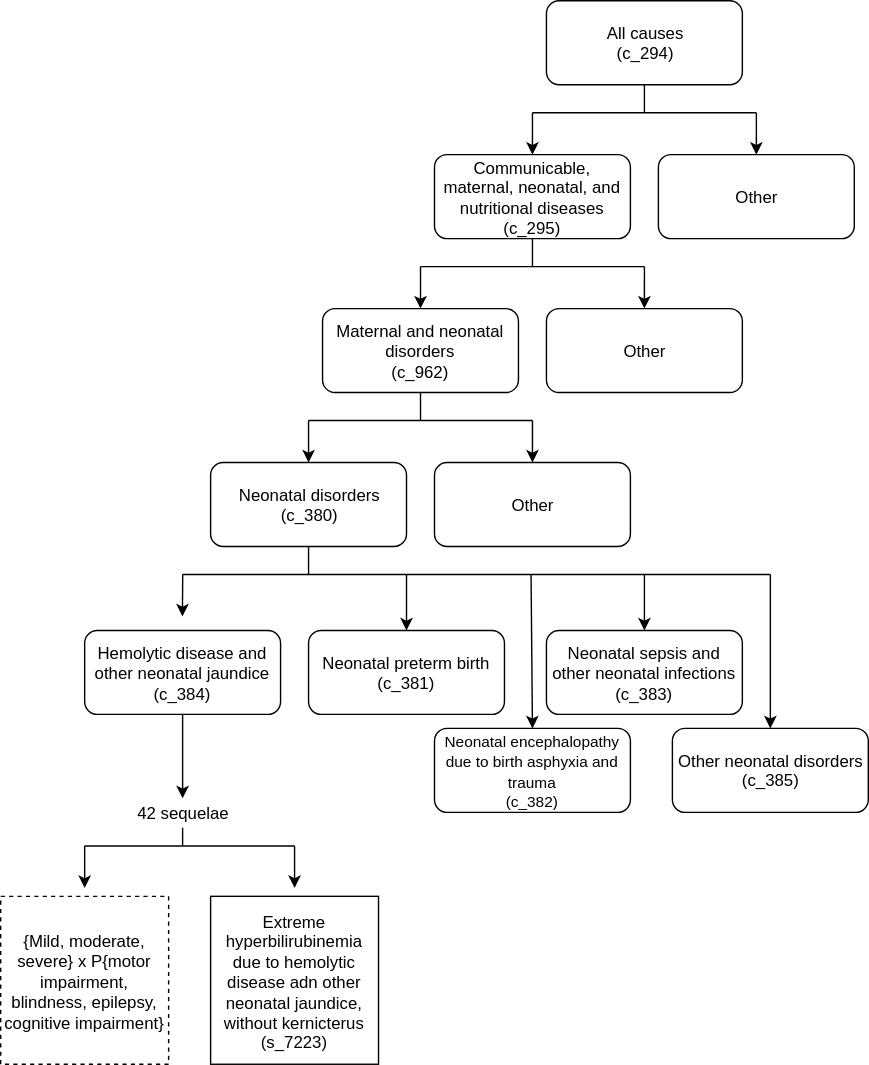
This is docs/source/models/gbd2017/causes/neonatal_jaundice/jaundice_cause_hierarchy.svg from ihmeuw/vivarium_research, a draw.io export, as it was before one commit. Source tidied: cells renumbered, new cells last; positions are measured from the earlier drawing's top-left corner, leaving out a move shared by most shapes. Its diagram source:
```xml
<mxGraphModel>
  <root>
    <mxCell id="0" />
    <mxCell id="1" parent="0" />
    <mxCell id="2" value="Communicable, maternal, neonatal, and nutritional diseases&lt;br&gt;(c_295)&lt;br&gt;" style="rounded=1;whiteSpace=wrap;html=1;" parent="1" vertex="1">
      <mxGeometry x="310" y="110" width="140" height="60" as="geometry" />
    </mxCell>
    <mxCell id="3" value="All causes&lt;br&gt;(c_294)" style="rounded=1;whiteSpace=wrap;html=1;" parent="1" vertex="1">
      <mxGeometry x="390" width="140" height="60" as="geometry" />
    </mxCell>
    <mxCell id="4" value="Other" style="rounded=1;whiteSpace=wrap;html=1;" parent="1" vertex="1">
      <mxGeometry x="470" y="110" width="140" height="60" as="geometry" />
    </mxCell>
    <mxCell id="5" style="endArrow=none;html=1;entryX=0.5;entryY=1;entryDx=0;entryDy=0;" parent="1" edge="1" target="3">
      <mxGeometry relative="1" as="geometry">
        <mxPoint x="460" y="80" as="sourcePoint" />
      </mxGeometry>
    </mxCell>
    <mxCell id="6" style="endArrow=none;html=1;" parent="1" edge="1">
      <mxGeometry relative="1" as="geometry">
        <mxPoint x="380" y="80" as="sourcePoint" />
        <mxPoint x="540" y="80" as="targetPoint" />
      </mxGeometry>
    </mxCell>
    <mxCell id="7" style="endArrow=classic;html=1;entryX=0.5;entryY=0;entryDx=0;entryDy=0;" parent="1" edge="1" target="4">
      <mxGeometry relative="1" as="geometry">
        <mxPoint x="540" y="80" as="sourcePoint" />
      </mxGeometry>
    </mxCell>
    <mxCell id="8" style="endArrow=none;html=1;" parent="1" edge="1">
      <mxGeometry relative="1" as="geometry">
        <mxPoint x="60" y="604" as="sourcePoint" />
        <mxPoint x="210" y="604" as="targetPoint" />
      </mxGeometry>
    </mxCell>
    <mxCell id="9" style="endArrow=classic;html=1;" parent="1" edge="1">
      <mxGeometry relative="1" as="geometry">
        <mxPoint x="60" y="604" as="sourcePoint" />
        <mxPoint x="60" y="634" as="targetPoint" />
      </mxGeometry>
    </mxCell>
    <mxCell id="10" style="endArrow=classic;html=1;" parent="1" edge="1">
      <mxGeometry relative="1" as="geometry">
        <mxPoint x="210" y="604" as="sourcePoint" />
        <mxPoint x="210" y="634" as="targetPoint" />
      </mxGeometry>
    </mxCell>
    <mxCell id="11" style="endArrow=classic;html=1;entryX=0.5;entryY=0;entryDx=0;entryDy=0;" parent="1" edge="1" target="2">
      <mxGeometry relative="1" as="geometry">
        <mxPoint x="380" y="80" as="sourcePoint" />
      </mxGeometry>
    </mxCell>
    <mxCell id="12" style="endArrow=none;html=1;entryX=0.5;entryY=1;entryDx=0;entryDy=0;" parent="1" edge="1">
      <mxGeometry relative="1" as="geometry">
        <mxPoint x="380" y="190" as="sourcePoint" />
        <mxPoint x="380" y="170" as="targetPoint" />
      </mxGeometry>
    </mxCell>
    <mxCell id="13" style="endArrow=none;html=1;" parent="1" edge="1">
      <mxGeometry relative="1" as="geometry">
        <mxPoint x="300" y="190" as="sourcePoint" />
        <mxPoint x="460" y="190" as="targetPoint" />
      </mxGeometry>
    </mxCell>
    <mxCell id="14" style="endArrow=classic;html=1;entryX=0.5;entryY=0;entryDx=0;entryDy=0;" parent="1" edge="1">
      <mxGeometry relative="1" as="geometry">
        <mxPoint x="300" y="190" as="sourcePoint" />
        <mxPoint x="300" y="220" as="targetPoint" />
      </mxGeometry>
    </mxCell>
    <mxCell id="15" value="Other" style="rounded=1;whiteSpace=wrap;html=1;" parent="1" vertex="1">
      <mxGeometry x="390" y="220" width="140" height="60" as="geometry" />
    </mxCell>
    <mxCell id="16" style="endArrow=classic;html=1;entryX=0.5;entryY=0;entryDx=0;entryDy=0;" parent="1" edge="1" target="15">
      <mxGeometry relative="1" as="geometry">
        <mxPoint x="460" y="190" as="sourcePoint" />
      </mxGeometry>
    </mxCell>
    <mxCell id="17" value="Maternal and neonatal disorders&lt;br&gt;(c_962)" style="rounded=1;whiteSpace=wrap;html=1;" parent="1" vertex="1">
      <mxGeometry x="230" y="220" width="140" height="60" as="geometry" />
    </mxCell>
    <mxCell id="18" style="endArrow=none;html=1;entryX=0.5;entryY=1;entryDx=0;entryDy=0;" parent="1" edge="1">
      <mxGeometry relative="1" as="geometry">
        <mxPoint x="300" y="300" as="sourcePoint" />
        <mxPoint x="300" y="280" as="targetPoint" />
      </mxGeometry>
    </mxCell>
    <mxCell id="19" style="endArrow=none;html=1;" parent="1" edge="1">
      <mxGeometry relative="1" as="geometry">
        <mxPoint x="220" y="300" as="sourcePoint" />
        <mxPoint x="380" y="300" as="targetPoint" />
      </mxGeometry>
    </mxCell>
    <mxCell id="20" style="endArrow=classic;html=1;entryX=0.5;entryY=0;entryDx=0;entryDy=0;" parent="1" edge="1" target="22">
      <mxGeometry relative="1" as="geometry">
        <mxPoint x="380" y="300" as="sourcePoint" />
      </mxGeometry>
    </mxCell>
    <mxCell id="21" style="endArrow=classic;html=1;entryX=0.5;entryY=0;entryDx=0;entryDy=0;" parent="1" edge="1">
      <mxGeometry relative="1" as="geometry">
        <mxPoint x="220" y="300" as="sourcePoint" />
        <mxPoint x="220" y="330" as="targetPoint" />
      </mxGeometry>
    </mxCell>
    <mxCell id="22" value="Other" style="rounded=1;whiteSpace=wrap;html=1;" parent="1" vertex="1">
      <mxGeometry x="310" y="330" width="140" height="60" as="geometry" />
    </mxCell>
    <mxCell id="23" value="Neonatal disorders&lt;br&gt;(c_380)" style="rounded=1;whiteSpace=wrap;html=1;" parent="1" vertex="1">
      <mxGeometry x="150" y="330" width="140" height="60" as="geometry" />
    </mxCell>
    <mxCell id="24" style="endArrow=classic;html=1;exitX=0.5;exitY=1;exitDx=0;exitDy=0;" parent="1" edge="1" source="32" target="25">
      <mxGeometry relative="1" as="geometry" />
    </mxCell>
    <mxCell id="25" value="42 sequelae" style="text;html=1;align=center;verticalAlign=middle;points=[];" parent="1" vertex="1">
      <mxGeometry x="90" y="570" width="80" height="20" as="geometry" />
    </mxCell>
    <mxCell id="26" style="endArrow=none;html=1;" parent="1" edge="1">
      <mxGeometry relative="1" as="geometry">
        <mxPoint x="130" y="591" as="sourcePoint" />
        <mxPoint x="130" y="604" as="targetPoint" />
      </mxGeometry>
    </mxCell>
    <mxCell id="27" style="endArrow=classic;html=1;entryX=0.5;entryY=0;entryDx=0;entryDy=0;" parent="1" edge="1">
      <mxGeometry relative="1" as="geometry">
        <mxPoint x="130.1" y="410" as="sourcePoint" />
        <mxPoint x="129.9" y="440" as="targetPoint" />
      </mxGeometry>
    </mxCell>
    <mxCell id="28" value="&lt;font style=&quot;font-size: 11px&quot;&gt;Neonatal encephalopathy due to birth asphyxia and trauma&lt;br&gt;(c_382)&lt;/font&gt;" style="rounded=1;whiteSpace=wrap;html=1;" parent="1" vertex="1">
      <mxGeometry x="310" y="520" width="140" height="60" as="geometry" />
    </mxCell>
    <mxCell id="29" value="Neonatal preterm birth&lt;br&gt;(c_381)" style="rounded=1;whiteSpace=wrap;html=1;" parent="1" vertex="1">
      <mxGeometry x="220" y="450" width="140" height="60" as="geometry" />
    </mxCell>
    <mxCell id="30" style="endArrow=none;html=1;" parent="1" edge="1">
      <mxGeometry relative="1" as="geometry">
        <mxPoint x="130" y="410" as="sourcePoint" />
        <mxPoint x="550" y="410" as="targetPoint" />
      </mxGeometry>
    </mxCell>
    <mxCell id="31" style="endArrow=none;html=1;entryX=0.5;entryY=1;entryDx=0;entryDy=0;" parent="1" edge="1">
      <mxGeometry relative="1" as="geometry">
        <mxPoint x="220" y="410" as="sourcePoint" />
        <mxPoint x="220" y="390" as="targetPoint" />
      </mxGeometry>
    </mxCell>
    <mxCell id="32" value="Hemolytic disease and other neonatal jaundice&lt;br&gt;(c_384)" style="rounded=1;whiteSpace=wrap;html=1;" parent="1" vertex="1">
      <mxGeometry x="60" y="450" width="140" height="60" as="geometry" />
    </mxCell>
    <mxCell id="33" value="&lt;font style=&quot;font-size: 12px&quot;&gt;Neonatal sepsis and other neonatal infections&lt;br&gt;&lt;/font&gt;(c_383)" style="rounded=1;whiteSpace=wrap;html=1;" parent="1" vertex="1">
      <mxGeometry x="390" y="450" width="140" height="60" as="geometry" />
    </mxCell>
    <mxCell id="34" value="Other neonatal disorders&lt;br&gt;(c_385)" style="rounded=1;whiteSpace=wrap;html=1;" parent="1" vertex="1">
      <mxGeometry x="480" y="520" width="140" height="60" as="geometry" />
    </mxCell>
    <mxCell id="35" style="endArrow=classic;html=1;" parent="1" edge="1" target="34">
      <mxGeometry relative="1" as="geometry">
        <mxPoint x="550" y="410" as="sourcePoint" />
      </mxGeometry>
    </mxCell>
    <mxCell id="36" style="endArrow=classic;html=1;entryX=0.5;entryY=0;entryDx=0;entryDy=0;" parent="1" edge="1" target="28">
      <mxGeometry relative="1" as="geometry">
        <mxPoint x="379" y="410" as="sourcePoint" />
      </mxGeometry>
    </mxCell>
    <mxCell id="37" style="endArrow=classic;html=1;entryX=0.5;entryY=0;entryDx=0;entryDy=0;" parent="1" edge="1" target="29">
      <mxGeometry relative="1" as="geometry">
        <mxPoint x="290" y="410" as="sourcePoint" />
      </mxGeometry>
    </mxCell>
    <mxCell id="38" style="endArrow=classic;html=1;entryX=0.5;entryY=0;entryDx=0;entryDy=0;" parent="1" edge="1" target="33">
      <mxGeometry relative="1" as="geometry">
        <mxPoint x="460" y="410" as="sourcePoint" />
      </mxGeometry>
    </mxCell>
    <mxCell id="39" value="&lt;span style=&quot;white-space: normal&quot;&gt;{Mild, moderate, severe} x P{motor impairment, blindness, epilepsy, cognitive impairment}&lt;/span&gt;" style="rounded=0;whiteSpace=wrap;html=1;dashed=1;" parent="1" vertex="1">
      <mxGeometry y="640" width="120" height="120" as="geometry" />
    </mxCell>
    <mxCell id="40" value="Extreme hyperbilirubinemia due to hemolytic disease adn other neonatal jaundice, without kernicterus&lt;br&gt;(s_7223)" style="rounded=0;whiteSpace=wrap;html=1;" parent="1" vertex="1">
      <mxGeometry x="150" y="640" width="120" height="120" as="geometry" />
    </mxCell>
  </root>
</mxGraphModel>
```
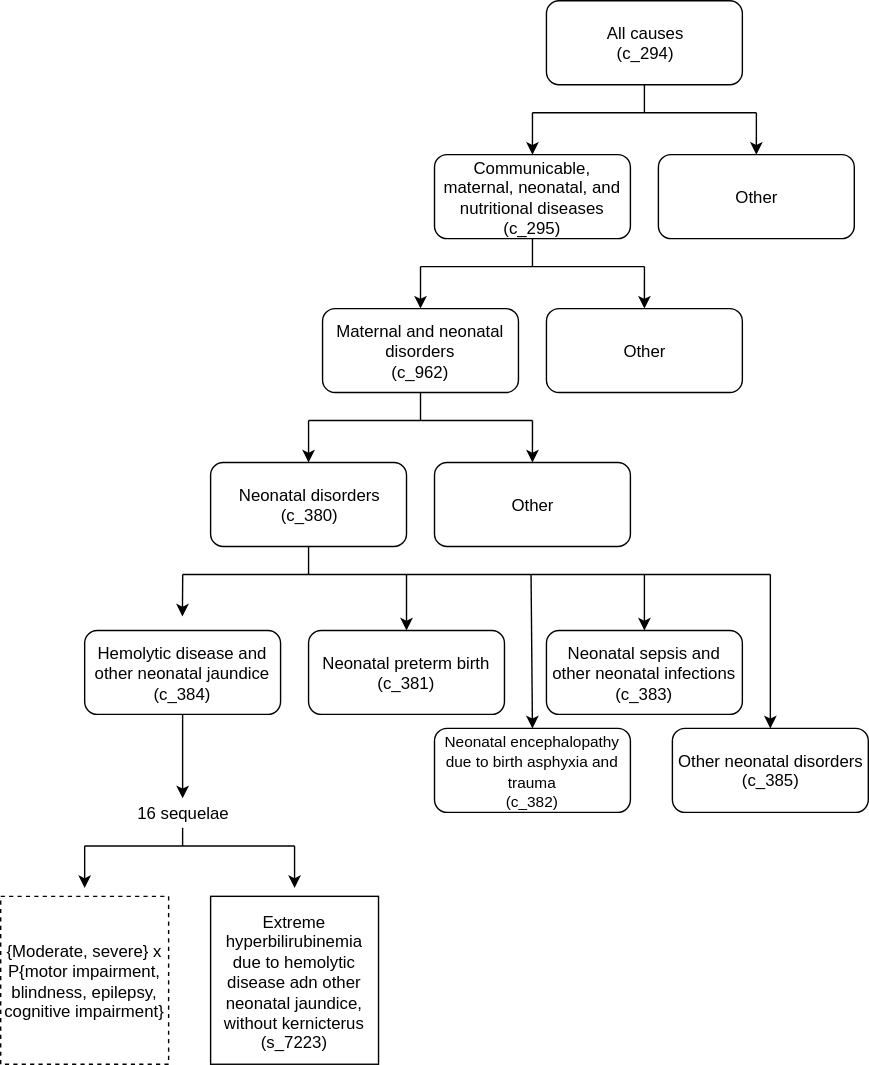
After the change.

The edit, as a diff of the source:
```diff
@@ -111,7 +111,7 @@
     <mxCell id="24" style="endArrow=classic;html=1;exitX=0.5;exitY=1;exitDx=0;exitDy=0;" parent="1" edge="1" source="32" target="25">
       <mxGeometry relative="1" as="geometry" />
     </mxCell>
-    <mxCell id="25" value="42 sequelae" style="text;html=1;align=center;verticalAlign=middle;points=[];" parent="1" vertex="1">
+    <mxCell id="25" value="16 sequelae" style="text;html=1;align=center;verticalAlign=middle;points=[];" parent="1" vertex="1">
       <mxGeometry x="90" y="570" width="80" height="20" as="geometry" />
     </mxCell>
     <mxCell id="26" style="endArrow=none;html=1;" parent="1" edge="1">
@@ -173,7 +173,7 @@
         <mxPoint x="460" y="410" as="sourcePoint" />
       </mxGeometry>
     </mxCell>
-    <mxCell id="39" value="&lt;span style=&quot;white-space: normal&quot;&gt;{Mild, moderate, severe} x P{motor impairment, blindness, epilepsy, cognitive impairment}&lt;/span&gt;" style="rounded=0;whiteSpace=wrap;html=1;dashed=1;" parent="1" vertex="1">
+    <mxCell id="39" value="&lt;span style=&quot;white-space: normal&quot;&gt;{Moderate, severe} x P{motor impairment, blindness, epilepsy, cognitive impairment}&lt;/span&gt;" style="rounded=0;whiteSpace=wrap;html=1;dashed=1;" parent="1" vertex="1">
       <mxGeometry y="640" width="120" height="120" as="geometry" />
     </mxCell>
     <mxCell id="40" value="Extreme hyperbilirubinemia due to hemolytic disease adn other neonatal jaundice, without kernicterus&lt;br&gt;(s_7223)" style="rounded=0;whiteSpace=wrap;html=1;" parent="1" vertex="1">
```
